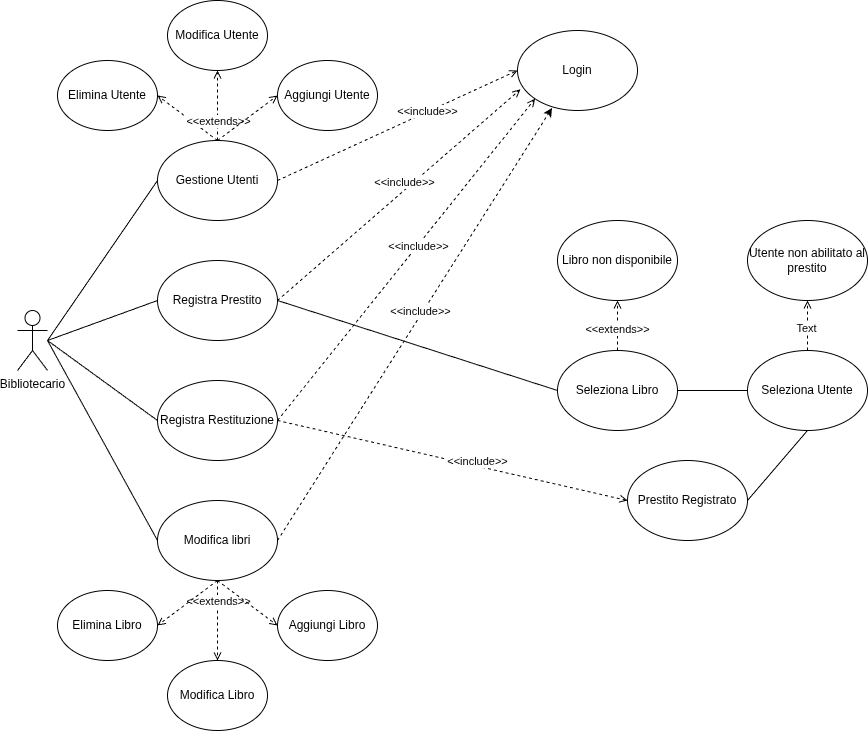
Before: UCDiagram.png, a diagram exported from draw.io (doppiaaa/Progetto-Biblioteca-Ingegneria-del-Software). Source tidied: cells renumbered, new cells last; positions are measured from the earlier drawing's top-left corner, leaving out a move shared by most shapes. Its diagram source:
```xml
<mxGraphModel>
  <root>
    <mxCell id="0" />
    <mxCell id="1" parent="0" />
    <mxCell id="2" value="Bibliotecario" style="shape=umlActor;verticalLabelPosition=bottom;verticalAlign=top;html=1;" parent="1" vertex="1">
      <mxGeometry y="310" width="30" height="60" as="geometry" />
    </mxCell>
    <mxCell id="3" style="rounded=0;jettySize=auto;html=1;exitX=0;exitY=0.5;exitDx=0;exitDy=0;endArrow=none;endFill=0;" parent="1" edge="1" source="8">
      <mxGeometry relative="1" as="geometry">
        <mxPoint x="30" y="340" as="targetPoint" />
      </mxGeometry>
    </mxCell>
    <mxCell id="4" style="rounded=0;jettySize=auto;html=1;exitX=0.5;exitY=0;exitDx=0;exitDy=0;entryX=1;entryY=0.5;entryDx=0;entryDy=0;dashed=1;endArrow=open;endFill=0;" parent="1" edge="1" source="8" target="21">
      <mxGeometry relative="1" as="geometry" />
    </mxCell>
    <mxCell id="5" style="rounded=0;jettySize=auto;html=1;exitX=0.5;exitY=0;exitDx=0;exitDy=0;entryX=0.5;entryY=1;entryDx=0;entryDy=0;endArrow=open;endFill=0;dashed=1;" parent="1" edge="1" source="8" target="32">
      <mxGeometry relative="1" as="geometry" />
    </mxCell>
    <mxCell id="6" value="&amp;lt;&amp;lt;extends&amp;gt;&amp;gt;" style="edgeLabel;html=1;align=center;verticalAlign=middle;" parent="5" vertex="1">
      <mxGeometry x="0.09" y="2" relative="1" as="geometry">
        <mxPoint x="2" y="18" as="offset" />
      </mxGeometry>
    </mxCell>
    <mxCell id="7" style="rounded=0;jettySize=auto;html=1;exitX=0.5;exitY=0;exitDx=0;exitDy=0;entryX=0;entryY=0.5;entryDx=0;entryDy=0;endArrow=open;endFill=0;dashed=1;" parent="1" edge="1" source="8" target="33">
      <mxGeometry relative="1" as="geometry" />
    </mxCell>
    <mxCell id="8" value="Gestione Utenti" style="ellipse;whiteSpace=wrap;html=1;" parent="1" vertex="1">
      <mxGeometry x="140" y="140" width="120" height="80" as="geometry" />
    </mxCell>
    <mxCell id="9" style="rounded=0;jettySize=auto;html=1;exitX=1;exitY=0.5;exitDx=0;exitDy=0;entryX=0;entryY=0.5;entryDx=0;entryDy=0;endArrow=none;endFill=0;" parent="1" edge="1" source="10" target="41">
      <mxGeometry relative="1" as="geometry" />
    </mxCell>
    <mxCell id="10" value="Registra Prestito" style="ellipse;whiteSpace=wrap;html=1;" parent="1" vertex="1">
      <mxGeometry x="140" y="260" width="120" height="80" as="geometry" />
    </mxCell>
    <mxCell id="11" style="rounded=0;jettySize=auto;html=1;exitX=0;exitY=0.5;exitDx=0;exitDy=0;endArrow=none;endFill=0;" parent="1" edge="1" source="14">
      <mxGeometry relative="1" as="geometry">
        <mxPoint x="30" y="340" as="targetPoint" />
      </mxGeometry>
    </mxCell>
    <mxCell id="12" style="rounded=0;jettySize=auto;html=1;exitX=1;exitY=0.5;exitDx=0;exitDy=0;entryX=0;entryY=0.5;entryDx=0;entryDy=0;dashed=1;endArrow=open;endFill=0;" parent="1" edge="1" source="14" target="47">
      <mxGeometry relative="1" as="geometry" />
    </mxCell>
    <mxCell id="13" value="&amp;lt;&amp;lt;include&amp;gt;&amp;gt;" style="edgeLabel;html=1;align=center;verticalAlign=middle;" parent="12" vertex="1">
      <mxGeometry x="0.43" y="-4" relative="1" as="geometry">
        <mxPoint x="-50" y="-21" as="offset" />
      </mxGeometry>
    </mxCell>
    <mxCell id="14" value="Registra Restituzione" style="ellipse;whiteSpace=wrap;html=1;" parent="1" vertex="1">
      <mxGeometry x="140" y="380" width="120" height="80" as="geometry" />
    </mxCell>
    <mxCell id="15" style="rounded=0;jettySize=auto;html=1;exitX=0;exitY=0.5;exitDx=0;exitDy=0;endArrow=none;endFill=0;" parent="1" edge="1" source="20">
      <mxGeometry relative="1" as="geometry">
        <mxPoint x="30" y="340" as="targetPoint" />
      </mxGeometry>
    </mxCell>
    <mxCell id="16" style="rounded=0;jettySize=auto;html=1;exitX=0.5;exitY=1;exitDx=0;exitDy=0;entryX=0.5;entryY=0;entryDx=0;entryDy=0;dashed=1;endArrow=open;endFill=0;" parent="1" edge="1" source="20" target="35">
      <mxGeometry relative="1" as="geometry" />
    </mxCell>
    <mxCell id="17" value="&amp;lt;&amp;lt;extends&amp;gt;&amp;gt;" style="edgeLabel;html=1;align=center;verticalAlign=middle;" parent="16" vertex="1">
      <mxGeometry x="-0.2" y="-1" relative="1" as="geometry">
        <mxPoint x="1" y="-12" as="offset" />
      </mxGeometry>
    </mxCell>
    <mxCell id="18" style="rounded=0;jettySize=auto;html=1;exitX=0.5;exitY=1;exitDx=0;exitDy=0;entryX=0;entryY=0.5;entryDx=0;entryDy=0;dashed=1;endArrow=open;endFill=0;" parent="1" edge="1" source="20" target="36">
      <mxGeometry relative="1" as="geometry" />
    </mxCell>
    <mxCell id="19" style="rounded=0;jettySize=auto;html=1;exitX=0.5;exitY=1;exitDx=0;exitDy=0;entryX=1;entryY=0.5;entryDx=0;entryDy=0;dashed=1;endArrow=open;endFill=0;" parent="1" edge="1" source="20" target="34">
      <mxGeometry relative="1" as="geometry" />
    </mxCell>
    <mxCell id="20" value="Modifica libri" style="ellipse;whiteSpace=wrap;html=1;" parent="1" vertex="1">
      <mxGeometry x="140" y="500" width="120" height="80" as="geometry" />
    </mxCell>
    <mxCell id="21" value="Elimina Utente" style="ellipse;whiteSpace=wrap;html=1;" parent="1" vertex="1">
      <mxGeometry x="40" y="60" width="100" height="70" as="geometry" />
    </mxCell>
    <mxCell id="22" style="rounded=0;jettySize=auto;html=1;dashed=1;endArrow=open;endFill=0;exitX=1;exitY=0.5;exitDx=0;exitDy=0;entryX=0;entryY=0.5;entryDx=0;entryDy=0;" parent="1" edge="1" source="8" target="30">
      <mxGeometry relative="1" as="geometry" />
    </mxCell>
    <mxCell id="23" style="rounded=0;jettySize=auto;html=1;exitX=1;exitY=0.5;exitDx=0;exitDy=0;dashed=1;endArrow=open;endFill=0;entryX=0.024;entryY=0.736;entryDx=0;entryDy=0;entryPerimeter=0;" parent="1" edge="1" source="10" target="30">
      <mxGeometry relative="1" as="geometry" />
    </mxCell>
    <mxCell id="24" value="&amp;lt;&amp;lt;include&amp;gt;&amp;gt;" style="edgeLabel;html=1;align=center;verticalAlign=middle;" parent="23" vertex="1">
      <mxGeometry x="0.25" y="2" relative="1" as="geometry">
        <mxPoint x="-24" y="15" as="offset" />
      </mxGeometry>
    </mxCell>
    <mxCell id="25" style="rounded=0;jettySize=auto;html=1;exitX=1;exitY=0.5;exitDx=0;exitDy=0;dashed=1;endArrow=open;endFill=0;entryX=0;entryY=1;entryDx=0;entryDy=0;" parent="1" edge="1" source="14" target="30">
      <mxGeometry relative="1" as="geometry" />
    </mxCell>
    <mxCell id="26" value="&amp;lt;&amp;lt;include&amp;gt;&amp;gt;" style="edgeLabel;html=1;align=center;verticalAlign=middle;" parent="25" vertex="1">
      <mxGeometry x="0.09" y="-1" relative="1" as="geometry" />
    </mxCell>
    <mxCell id="27" style="rounded=0;jettySize=auto;html=1;dashed=1;exitX=1;exitY=0.5;exitDx=0;exitDy=0;entryX=0.288;entryY=0.968;entryDx=0;entryDy=0;entryPerimeter=0;" parent="1" edge="1" source="20" target="30">
      <mxGeometry relative="1" as="geometry" />
    </mxCell>
    <mxCell id="28" value="&amp;lt;&amp;lt;include&amp;gt;&amp;gt;" style="edgeLabel;html=1;align=center;verticalAlign=middle;" parent="27" vertex="1">
      <mxGeometry x="-0.86" y="5" relative="1" as="geometry">
        <mxPoint x="134" y="-396" as="offset" />
      </mxGeometry>
    </mxCell>
    <mxCell id="29" value="&amp;lt;&amp;lt;include&amp;gt;&amp;gt;" style="edgeLabel;html=1;align=center;verticalAlign=middle;" parent="27" vertex="1">
      <mxGeometry x="0.05" y="3" relative="1" as="geometry" />
    </mxCell>
    <mxCell id="30" value="Login" style="ellipse;whiteSpace=wrap;html=1;" parent="1" vertex="1">
      <mxGeometry x="500" y="30" width="120" height="80" as="geometry" />
    </mxCell>
    <mxCell id="31" style="rounded=0;jettySize=auto;html=1;exitX=0;exitY=0.5;exitDx=0;exitDy=0;endArrow=none;endFill=0;" parent="1" edge="1" source="10">
      <mxGeometry relative="1" as="geometry">
        <mxPoint x="30" y="340" as="targetPoint" />
      </mxGeometry>
    </mxCell>
    <mxCell id="32" value="Modifica Utente" style="ellipse;whiteSpace=wrap;html=1;" parent="1" vertex="1">
      <mxGeometry x="150" width="100" height="70" as="geometry" />
    </mxCell>
    <mxCell id="33" value="Aggiungi Utente" style="ellipse;whiteSpace=wrap;html=1;" parent="1" vertex="1">
      <mxGeometry x="260" y="60" width="100" height="70" as="geometry" />
    </mxCell>
    <mxCell id="34" value="Elimina Libro" style="ellipse;whiteSpace=wrap;html=1;" parent="1" vertex="1">
      <mxGeometry x="40" y="590" width="100" height="70" as="geometry" />
    </mxCell>
    <mxCell id="35" value="Modifica Libro" style="ellipse;whiteSpace=wrap;html=1;" parent="1" vertex="1">
      <mxGeometry x="150" y="660" width="100" height="70" as="geometry" />
    </mxCell>
    <mxCell id="36" value="Aggiungi Libro" style="ellipse;whiteSpace=wrap;html=1;" parent="1" vertex="1">
      <mxGeometry x="260" y="590" width="100" height="70" as="geometry" />
    </mxCell>
    <mxCell id="37" value="Libro non disponibile" style="ellipse;whiteSpace=wrap;html=1;" parent="1" vertex="1">
      <mxGeometry x="540" y="220" width="120" height="80" as="geometry" />
    </mxCell>
    <mxCell id="38" style="rounded=0;jettySize=auto;html=1;exitX=1;exitY=0.5;exitDx=0;exitDy=0;entryX=0;entryY=0.5;entryDx=0;entryDy=0;endArrow=none;endFill=0;" parent="1" edge="1" source="41" target="46">
      <mxGeometry relative="1" as="geometry" />
    </mxCell>
    <mxCell id="39" style="rounded=0;jettySize=auto;html=1;exitX=0.5;exitY=0;exitDx=0;exitDy=0;entryX=0.5;entryY=1;entryDx=0;entryDy=0;endArrow=open;endFill=0;dashed=1;" parent="1" edge="1" source="41" target="37">
      <mxGeometry relative="1" as="geometry" />
    </mxCell>
    <mxCell id="40" value="&amp;lt;&amp;lt;extends&amp;gt;&amp;gt;" style="edgeLabel;html=1;align=center;verticalAlign=middle;" parent="39" vertex="1">
      <mxGeometry x="-0.12" y="1" relative="1" as="geometry" />
    </mxCell>
    <mxCell id="41" value="Seleziona Libro" style="ellipse;whiteSpace=wrap;html=1;" parent="1" vertex="1">
      <mxGeometry x="540" y="350" width="120" height="80" as="geometry" />
    </mxCell>
    <mxCell id="42" value="Utente non abilitato al prestito" style="ellipse;whiteSpace=wrap;html=1;" parent="1" vertex="1">
      <mxGeometry x="730" y="220" width="120" height="80" as="geometry" />
    </mxCell>
    <mxCell id="43" style="rounded=0;jettySize=auto;html=1;exitX=0.5;exitY=0;exitDx=0;exitDy=0;entryX=0.5;entryY=1;entryDx=0;entryDy=0;dashed=1;endArrow=open;endFill=0;" parent="1" edge="1" source="46" target="42">
      <mxGeometry relative="1" as="geometry" />
    </mxCell>
    <mxCell id="44" value="Text" style="edgeLabel;html=1;align=center;verticalAlign=middle;" parent="43" vertex="1">
      <mxGeometry x="-0.08" y="2" relative="1" as="geometry" />
    </mxCell>
    <mxCell id="45" style="rounded=0;jettySize=auto;html=1;exitX=0.5;exitY=1;exitDx=0;exitDy=0;entryX=1;entryY=0.5;entryDx=0;entryDy=0;endArrow=none;endFill=0;" parent="1" edge="1" source="46" target="47">
      <mxGeometry relative="1" as="geometry" />
    </mxCell>
    <mxCell id="46" value="Seleziona Utente" style="ellipse;whiteSpace=wrap;html=1;" parent="1" vertex="1">
      <mxGeometry x="730" y="350" width="120" height="80" as="geometry" />
    </mxCell>
    <mxCell id="47" value="Prestito Registrato" style="ellipse;whiteSpace=wrap;html=1;" parent="1" vertex="1">
      <mxGeometry x="610" y="460" width="120" height="80" as="geometry" />
    </mxCell>
  </root>
</mxGraphModel>
```
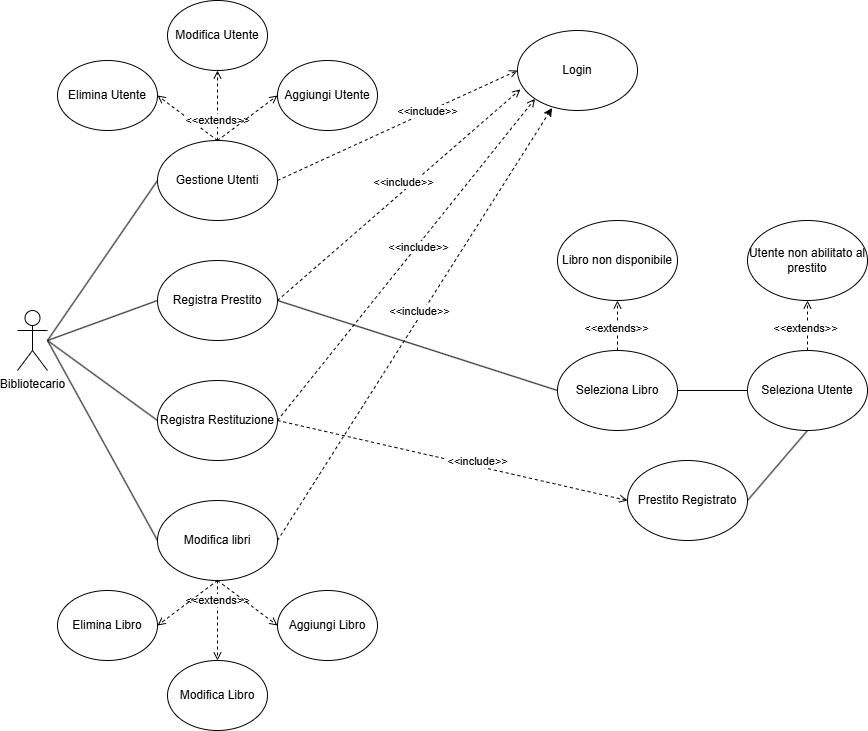
The same diagram one commit later.

The edit, as a diff of the source:
```diff
@@ -146,7 +146,7 @@
     <mxCell id="43" style="rounded=0;jettySize=auto;html=1;exitX=0.5;exitY=0;exitDx=0;exitDy=0;entryX=0.5;entryY=1;entryDx=0;entryDy=0;dashed=1;endArrow=open;endFill=0;" parent="1" edge="1" source="46" target="42">
       <mxGeometry relative="1" as="geometry" />
     </mxCell>
-    <mxCell id="44" value="Text" style="edgeLabel;html=1;align=center;verticalAlign=middle;" parent="43" vertex="1">
+    <mxCell id="44" value="&amp;lt;&amp;lt;extends&amp;gt;&amp;gt;" style="edgeLabel;html=1;align=center;verticalAlign=middle;" parent="43" vertex="1">
       <mxGeometry x="-0.08" y="2" relative="1" as="geometry" />
     </mxCell>
     <mxCell id="45" style="rounded=0;jettySize=auto;html=1;exitX=0.5;exitY=1;exitDx=0;exitDy=0;entryX=1;entryY=0.5;entryDx=0;entryDy=0;endArrow=none;endFill=0;" parent="1" edge="1" source="46" target="47">
```
